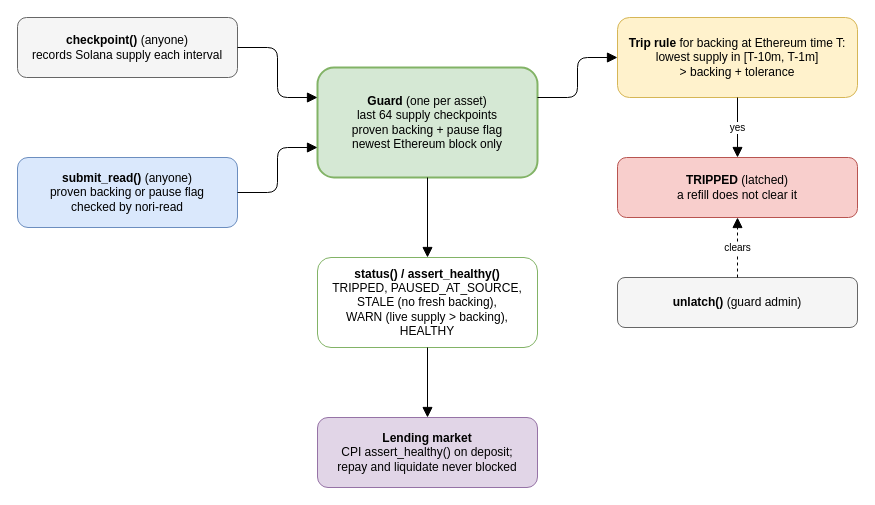
Nori-zk/nori-worldsfair-submission keeps this draw.io diagram as docs/backstop-guard.drawio. Above is the earlier version. Source tidied: cells renumbered, new cells numbered last; positions are measured from the earlier drawing's top-left corner, leaving out a move shared by most shapes. Both pictures are drawn from the tidied source at 100%, with x=0, y=0 at pixel (17, 17).
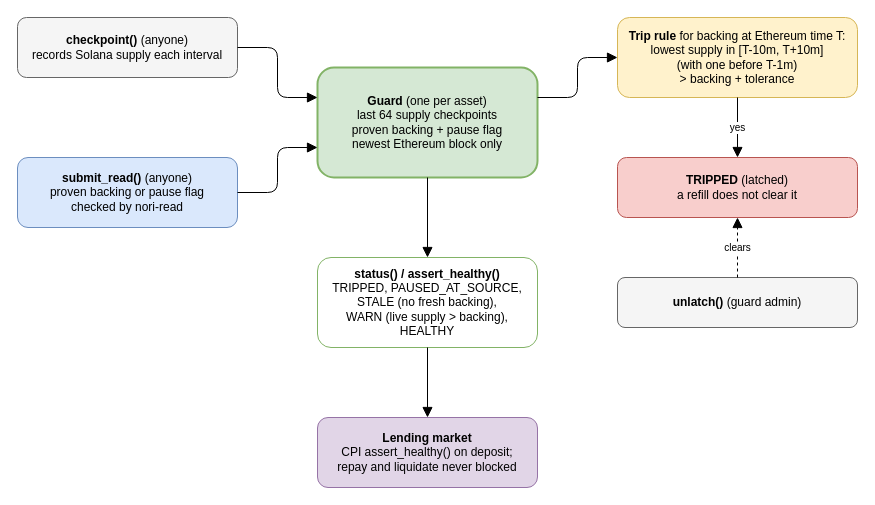
Above is the later version.

Commit message (it also covers changes not shown here):
FIX: backstop trip rule takes the lowest supply in [T-window, T+window], with one checkpoint at or before T-skew

The edit, as a diff of the source:
```diff
@@
 <mxGraphModel>
   <root>
     <mxCell id="0" />
     <mxCell id="1" parent="0" />
     <mxCell id="2" value="&lt;b&gt;checkpoint()&lt;/b&gt; (anyone)&lt;br&gt;records Solana supply each interval" style="rounded=1;whiteSpace=wrap;html=1;fillColor=#f5f5f5;strokeColor=#666666;" parent="1" vertex="1">
       <mxGeometry width="220" height="60" as="geometry" />
     </mxCell>
     <mxCell id="3" value="&lt;b&gt;submit_read()&lt;/b&gt; (anyone)&lt;br&gt;proven backing or pause flag&lt;br&gt;checked by nori-read" style="rounded=1;whiteSpace=wrap;html=1;fillColor=#dae8fc;strokeColor=#6c8ebf;" parent="1" vertex="1">
       <mxGeometry y="140" width="220" height="70" as="geometry" />
     </mxCell>
     <mxCell id="4" value="&lt;b&gt;Guard&lt;/b&gt; (one per asset)&lt;br&gt;last 64 supply checkpoints&lt;br&gt;proven backing + pause flag&lt;br&gt;newest Ethereum block only" style="rounded=1;whiteSpace=wrap;html=1;fillColor=#d5e8d4;strokeColor=#82b366;strokeWidth=2;" parent="1" vertex="1">
       <mxGeometry x="300" y="50" width="220" height="110" as="geometry" />
     </mxCell>
-    <mxCell id="5" value="&lt;b&gt;Trip rule&lt;/b&gt; for backing at Ethereum time T:&lt;br&gt;lowest supply in [T-10m, T-1m]&lt;br&gt;&amp;gt; backing + tolerance" style="rounded=1;whiteSpace=wrap;html=1;fillColor=#fff2cc;strokeColor=#d6b656;" parent="1" vertex="1">
+    <mxCell id="5" value="&lt;b&gt;Trip rule&lt;/b&gt; for backing at Ethereum time T:&lt;br&gt;lowest supply in [T-10m, T+10m]&lt;br&gt;(with one before T-1m)&lt;br&gt;&amp;gt; backing + tolerance" style="rounded=1;whiteSpace=wrap;html=1;fillColor=#fff2cc;strokeColor=#d6b656;" parent="1" vertex="1">
       <mxGeometry x="600" width="240" height="80" as="geometry" />
     </mxCell>
     <mxCell id="6" value="&lt;b&gt;TRIPPED&lt;/b&gt; (latched)&lt;br&gt;a refill does not clear it" style="rounded=1;whiteSpace=wrap;html=1;fillColor=#f8cecc;strokeColor=#b85450;" parent="1" vertex="1">
       <mxGeometry x="600" y="140" width="240" height="60" as="geometry" />
     </mxCell>
     <mxCell id="7" value="&lt;b&gt;unlatch()&lt;/b&gt; (guard admin)" style="rounded=1;whiteSpace=wrap;html=1;fillColor=#f5f5f5;strokeColor=#666666;" parent="1" vertex="1">
       <mxGeometry x="600" y="260" width="240" height="50" as="geometry" />
     </mxCell>
     <mxCell id="8" value="&lt;b&gt;status() / assert_healthy()&lt;/b&gt;&lt;br&gt;TRIPPED, PAUSED_AT_SOURCE,&lt;br&gt;STALE (no fresh backing),&lt;br&gt;WARN (live supply &amp;gt; backing), HEALTHY" style="rounded=1;whiteSpace=wrap;html=1;fillColor=#ffffff;strokeColor=#82b366;" parent="1" vertex="1">
       <mxGeometry x="300" y="240" width="220" height="90" as="geometry" />
     </mxCell>
     <mxCell id="9" value="&lt;b&gt;Lending market&lt;/b&gt;&lt;br&gt;CPI assert_healthy() on deposit;&lt;br&gt;repay and liquidate never blocked" style="rounded=1;whiteSpace=wrap;html=1;fillColor=#e1d5e7;strokeColor=#9673a6;" parent="1" vertex="1">
       <mxGeometry x="300" y="400" width="220" height="70" as="geometry" />
     </mxCell>
     <mxCell id="10" style="edgeStyle=orthogonalEdgeStyle;rounded=1;jettySize=auto;html=1;endArrow=block;endSize=8;exitX=1;exitY=0.5;exitDx=0;exitDy=0;entryX=0;entryY=0.2727;entryDx=0;entryDy=0;" parent="1" edge="1" source="2" target="4">
       <mxGeometry relative="1" as="geometry" />
     </mxCell>
     <mxCell id="11" style="edgeStyle=orthogonalEdgeStyle;rounded=1;jettySize=auto;html=1;endArrow=block;endSize=8;exitX=1;exitY=0.5;exitDx=0;exitDy=0;entryX=0;entryY=0.7273;entryDx=0;entryDy=0;" parent="1" edge="1" source="3" target="4">
       <mxGeometry relative="1" as="geometry" />
     </mxCell>
     <mxCell id="12" style="edgeStyle=orthogonalEdgeStyle;rounded=1;jettySize=auto;html=1;endArrow=block;endSize=8;exitX=1;exitY=0.2727;exitDx=0;exitDy=0;entryX=0;entryY=0.5;entryDx=0;entryDy=0;" parent="1" edge="1" source="4" target="5">
       <mxGeometry relative="1" as="geometry" />
     </mxCell>
     <mxCell id="13" value="yes" style="edgeStyle=orthogonalEdgeStyle;rounded=1;jettySize=auto;html=1;endArrow=block;endSize=8;exitX=0.5;exitY=1;exitDx=0;exitDy=0;entryX=0.5;entryY=0;entryDx=0;entryDy=0;fontSize=10;" parent="1" edge="1" source="5" target="6">
       <mxGeometry relative="1" as="geometry" />
     </mxCell>
     <mxCell id="14" value="clears" style="edgeStyle=orthogonalEdgeStyle;rounded=1;jettySize=auto;html=1;endArrow=block;endSize=8;dashed=1;exitX=0.5;exitY=0;exitDx=0;exitDy=0;entryX=0.5;entryY=1;entryDx=0;entryDy=0;fontSize=10;" parent="1" edge="1" source="7" target="6">
       <mxGeometry relative="1" as="geometry" />
     </mxCell>
     <mxCell id="15" style="edgeStyle=orthogonalEdgeStyle;rounded=1;jettySize=auto;html=1;endArrow=block;endSize=8;exitX=0.5;exitY=1;exitDx=0;exitDy=0;entryX=0.5;entryY=0;entryDx=0;entryDy=0;" parent="1" edge="1" source="4" target="8">
       <mxGeometry relative="1" as="geometry" />
     </mxCell>
     <mxCell id="16" style="edgeStyle=orthogonalEdgeStyle;rounded=1;jettySize=auto;html=1;endArrow=block;endSize=8;exitX=0.5;exitY=1;exitDx=0;exitDy=0;entryX=0.5;entryY=0;entryDx=0;entryDy=0;" parent="1" edge="1" source="8" target="9">
       <mxGeometry relative="1" as="geometry" />
     </mxCell>
   </root>
 </mxGraphModel>
```
